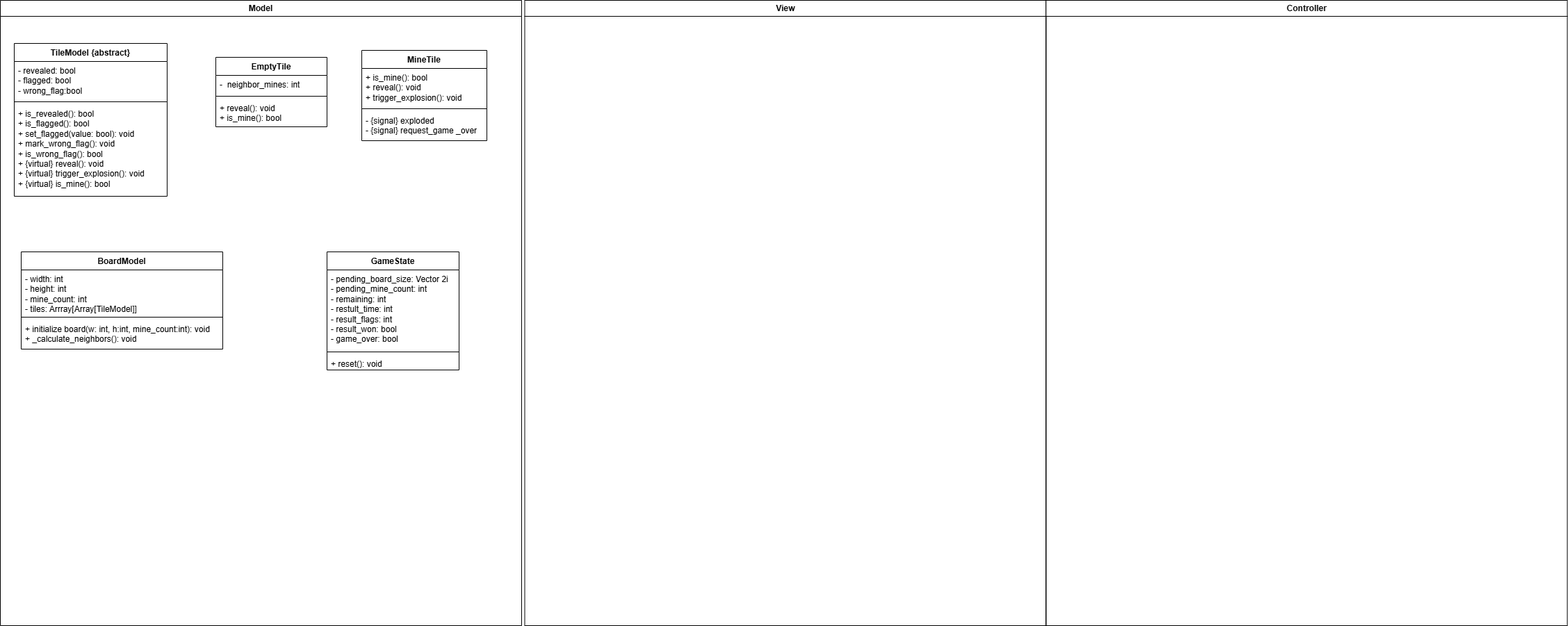
comandosquad/SaperMVC keeps this draw.io diagram as SaperMVC_uml.drawio.png. Above is the earlier version. Source tidied: cells renumbered, new cells last; positions are measured from the earlier drawing's top-left corner, leaving out a move shared by most shapes.
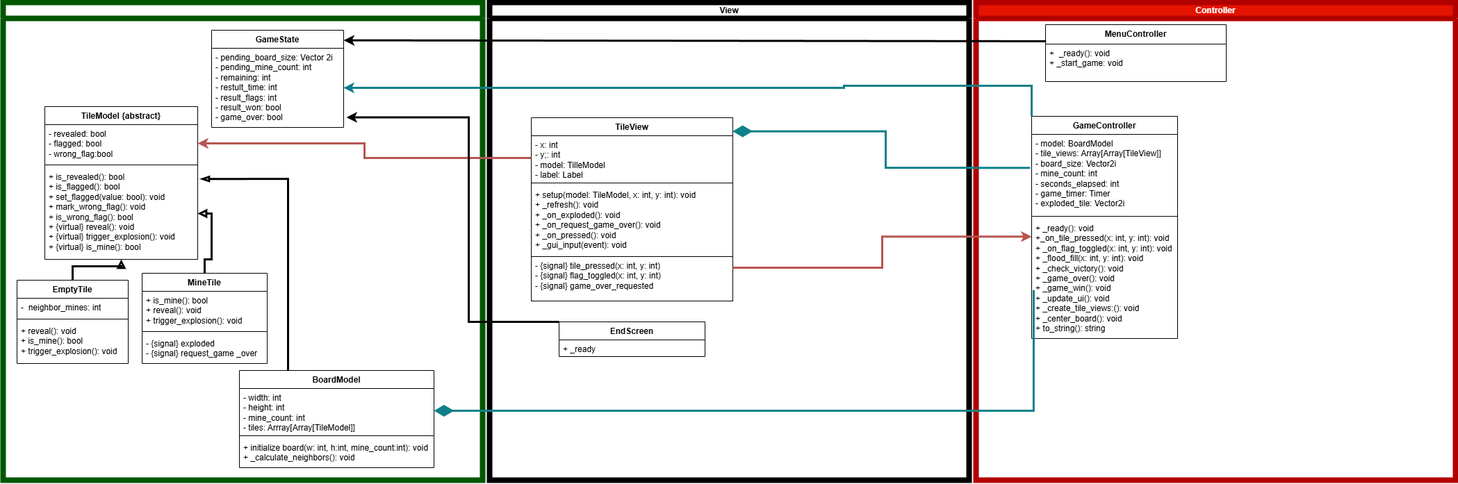
The same file after the commit.

The edit, as a diff of the source:
```diff
@@ -2,11 +2,11 @@
   <root>
     <mxCell id="0" />
     <mxCell id="1" parent="0" />
-    <mxCell id="2" value="Model" style="swimlane;whiteSpace=wrap;" parent="1" vertex="1">
-      <mxGeometry width="750" height="900" as="geometry" />
+    <mxCell id="2" value="Model" style="swimlane;whiteSpace=wrap;fillColor=light-dark(#FFFFFF,#00CC00);fontColor=#ffffff;strokeColor=light-dark(#005700,#00CC00);strokeWidth=8;startSize=23;" parent="1" vertex="1">
+      <mxGeometry x="50" y="212" width="690" height="688" as="geometry" />
     </mxCell>
     <mxCell id="3" value="TileModel {abstract}" style="swimlane;fontStyle=1;align=center;verticalAlign=top;horizontal=1;startSize=26;whiteSpace=wrap;html=1;" parent="2" vertex="1">
-      <mxGeometry x="20" y="62" width="220" height="220" as="geometry" />
+      <mxGeometry x="60" y="150" width="220" height="220" as="geometry" />
     </mxCell>
     <mxCell id="4" value="- revealed: bool&lt;div&gt;- flagged: bool&lt;/div&gt;&lt;div&gt;- wrong_flag:bool&lt;/div&gt;" style="text;strokeColor=none;fillColor=none;align=left;verticalAlign=top;spacingLeft=4;spacingRight=4;overflow=hidden;points=[[0,0.5],[1,0.5]];portConstraint=eastwest;whiteSpace=wrap;html=1;" parent="3" vertex="1">
       <mxGeometry y="26" width="220" height="54" as="geometry" />
@@ -18,7 +18,7 @@
       <mxGeometry y="88" width="220" height="132" as="geometry" />
     </mxCell>
     <mxCell id="7" value="EmptyTile" style="swimlane;fontStyle=1;align=center;verticalAlign=top;horizontal=1;startSize=26;whiteSpace=wrap;html=1;" parent="2" vertex="1">
-      <mxGeometry x="310" y="82" width="160" height="100" as="geometry" />
+      <mxGeometry x="20" y="400" width="160" height="120" as="geometry" />
     </mxCell>
     <mxCell id="8" value="-&amp;nbsp; neighbor_mines: int" style="text;strokeColor=none;fillColor=none;align=left;verticalAlign=top;spacingLeft=4;spacingRight=4;overflow=hidden;whiteSpace=wrap;html=1;" parent="7" vertex="1">
       <mxGeometry y="26" width="160" height="26" as="geometry" />
@@ -26,11 +26,14 @@
     <mxCell id="9" style="line;strokeWidth=1;fillColor=none;align=left;verticalAlign=middle;spacingTop=-1;spacingLeft=3;spacingRight=3;labelPosition=right;strokeColor=inherit;" parent="7" vertex="1">
       <mxGeometry y="52" width="160" height="8" as="geometry" />
     </mxCell>
-    <mxCell id="10" value="+ reveal(): void&lt;br&gt;+ is_mine(): bool&lt;div&gt;&lt;br&gt;&lt;/div&gt;" style="text;strokeColor=none;fillColor=none;align=left;verticalAlign=top;spacingLeft=4;spacingRight=4;overflow=hidden;whiteSpace=wrap;html=1;" parent="7" vertex="1">
-      <mxGeometry y="60" width="160" height="40" as="geometry" />
+    <mxCell id="10" value="+ reveal(): void&lt;br&gt;+ is_mine(): bool&lt;div&gt;+ trigger_explosion(): void&lt;br&gt;&lt;div&gt;&lt;br&gt;&lt;/div&gt;&lt;/div&gt;" style="text;strokeColor=none;fillColor=none;align=left;verticalAlign=top;spacingLeft=4;spacingRight=4;overflow=hidden;whiteSpace=wrap;html=1;" parent="7" vertex="1">
+      <mxGeometry y="60" width="160" height="60" as="geometry" />
     </mxCell>
+    <mxCell id="25" style="edgeStyle=orthogonalEdgeStyle;rounded=0;jettySize=auto;html=1;exitX=0.5;exitY=0;exitDx=0;exitDy=0;entryX=1;entryY=0.5;entryDx=0;entryDy=0;endArrow=block;endFill=0;strokeWidth=3;strokeColor=light-dark(#000000,#00CC00);" parent="2" edge="1" source="11" target="6">
+      <mxGeometry relative="1" as="geometry" />
+    </mxCell>
     <mxCell id="11" value="MineTile" style="swimlane;fontStyle=1;align=center;verticalAlign=top;horizontal=1;startSize=26;whiteSpace=wrap;html=1;" parent="2" vertex="1">
-      <mxGeometry x="520" y="72" width="180" height="130" as="geometry" />
+      <mxGeometry x="200" y="390" width="180" height="130" as="geometry" />
     </mxCell>
     <mxCell id="12" value="+ is_mine(): bool&lt;div&gt;+ reveal(): void&lt;/div&gt;&lt;div&gt;+ trigger_explosion(): void&lt;/div&gt;" style="text;strokeColor=none;fillColor=none;align=left;verticalAlign=top;spacingLeft=4;spacingRight=4;overflow=hidden;whiteSpace=wrap;html=1;" parent="11" vertex="1">
       <mxGeometry y="26" width="180" height="54" as="geometry" />
@@ -41,35 +44,115 @@
     <mxCell id="14" value="- {signal} exploded&lt;div&gt;- {signal} request_game _over&lt;/div&gt;" style="text;strokeColor=none;fillColor=none;align=left;verticalAlign=top;spacingLeft=4;spacingRight=4;overflow=hidden;whiteSpace=wrap;html=1;" parent="11" vertex="1">
       <mxGeometry y="88" width="180" height="42" as="geometry" />
     </mxCell>
+    <mxCell id="26" style="edgeStyle=orthogonalEdgeStyle;rounded=0;jettySize=auto;html=1;exitX=0.25;exitY=0;exitDx=0;exitDy=0;entryX=1.018;entryY=0.123;entryDx=0;entryDy=0;entryPerimeter=0;strokeWidth=3;endArrow=blockThin;endFill=0;strokeColor=light-dark(#000000,#33FF33);" parent="2" edge="1" source="15" target="6">
+      <mxGeometry relative="1" as="geometry" />
+    </mxCell>
     <mxCell id="15" value="BoardModel" style="swimlane;fontStyle=1;align=center;verticalAlign=top;horizontal=1;startSize=26;whiteSpace=wrap;html=1;" parent="2" vertex="1">
-      <mxGeometry x="30" y="362" width="290" height="140" as="geometry" />
+      <mxGeometry x="340" y="530" width="280" height="140" as="geometry" />
     </mxCell>
     <mxCell id="16" value="- width: int&lt;br&gt;- height: int&lt;br&gt;- mine_count: int&lt;br&gt;- tiles: Arrray[Array[TileModel]]" style="text;strokeColor=none;fillColor=none;align=left;verticalAlign=top;spacingLeft=4;spacingRight=4;overflow=hidden;points=[[0,0.5],[1,0.5]];portConstraint=eastwest;whiteSpace=wrap;html=1;" parent="15" vertex="1">
-      <mxGeometry y="26" width="290" height="64" as="geometry" />
+      <mxGeometry y="26" width="280" height="64" as="geometry" />
     </mxCell>
     <mxCell id="17" style="line;strokeWidth=1;fillColor=none;align=left;verticalAlign=middle;spacingTop=-1;spacingLeft=3;spacingRight=3;labelPosition=right;strokeColor=inherit;" parent="15" vertex="1">
-      <mxGeometry y="90" width="290" height="8" as="geometry" />
+      <mxGeometry y="90" width="280" height="8" as="geometry" />
     </mxCell>
     <mxCell id="18" value="+ initialize board(w: int, h:int, mine_count:int): void&lt;div&gt;+ _calculate_neighbors(): void&lt;/div&gt;" style="text;strokeColor=none;fillColor=none;align=left;verticalAlign=top;spacingLeft=4;spacingRight=4;overflow=hidden;whiteSpace=wrap;html=1;" parent="15" vertex="1">
-      <mxGeometry y="98" width="290" height="42" as="geometry" />
+      <mxGeometry y="98" width="280" height="42" as="geometry" />
     </mxCell>
     <mxCell id="19" value="GameState" style="swimlane;fontStyle=1;align=center;verticalAlign=top;horizontal=1;startSize=26;whiteSpace=wrap;html=1;" parent="2" vertex="1">
-      <mxGeometry x="470" y="362" width="190" height="170" as="geometry" />
+      <mxGeometry x="300" y="40" width="190" height="140" as="geometry" />
     </mxCell>
     <mxCell id="20" value="- pending_board_size: Vector 2i&lt;br&gt;- pending_mine_count: int&lt;br&gt;&lt;div&gt;- remaining: int&lt;/div&gt;&lt;div&gt;- restult_time: int&lt;/div&gt;&lt;div&gt;- result_flags: int&lt;/div&gt;&lt;div&gt;- result_won: bool&lt;br&gt;- game_over: bool&lt;/div&gt;" style="text;strokeColor=none;fillColor=none;align=left;verticalAlign=top;spacingLeft=4;spacingRight=4;overflow=hidden;points=[[0,0.5],[1,0.5]];portConstraint=eastwest;whiteSpace=wrap;html=1;" parent="19" vertex="1">
       <mxGeometry y="26" width="190" height="114" as="geometry" />
     </mxCell>
-    <mxCell id="21" style="line;strokeWidth=1;fillColor=none;align=left;verticalAlign=middle;spacingTop=-1;spacingLeft=3;spacingRight=3;labelPosition=right;strokeColor=inherit;" parent="19" vertex="1">
-      <mxGeometry y="140" width="190" height="8" as="geometry" />
-    </mxCell>
-    <mxCell id="22" value="+ reset(): void" style="text;strokeColor=none;fillColor=none;align=left;verticalAlign=top;spacingLeft=4;spacingRight=4;overflow=hidden;whiteSpace=wrap;html=1;" parent="19" vertex="1">
-      <mxGeometry y="148" width="190" height="22" as="geometry" />
-    </mxCell>
+    <mxCell id="27" style="edgeStyle=orthogonalEdgeStyle;rounded=0;jettySize=auto;html=1;exitX=0.5;exitY=0;exitDx=0;exitDy=0;entryX=0.5;entryY=1;entryDx=0;entryDy=0;entryPerimeter=0;endArrow=block;endFill=0;strokeWidth=3;strokeColor=light-dark(#000000,#66FF66);" parent="2" edge="1" source="7" target="6">
+      <mxGeometry relative="1" as="geometry" />
+    </mxCell>
-    <mxCell id="23" value="View" style="swimlane;whiteSpace=wrap;" parent="1" vertex="1">
-      <mxGeometry x="754.5" width="750" height="900" as="geometry" />
+    <mxCell id="23" value="View" style="swimlane;whiteSpace=wrap;fillColor=light-dark(#FFFFFF,#990000);strokeColor=light-dark(#000000,#990000);strokeWidth=8;" parent="1" vertex="1">
+      <mxGeometry x="750" y="212" width="690" height="688" as="geometry" />
     </mxCell>
+    <mxCell id="28" value="TileView" style="swimlane;fontStyle=1;align=center;verticalAlign=top;horizontal=1;startSize=26;whiteSpace=wrap;html=1;" parent="23" vertex="1">
+      <mxGeometry x="60" y="166" width="290" height="200" as="geometry" />
+    </mxCell>
+    <mxCell id="29" value="- x: int&lt;div&gt;- y;: int&lt;br&gt;- model: TilleModel&lt;/div&gt;&lt;div&gt;- label: Label&lt;/div&gt;" style="text;strokeColor=none;fillColor=none;align=left;verticalAlign=top;spacingLeft=4;spacingRight=4;overflow=hidden;points=[[0,0.5],[1,0.5]];portConstraint=eastwest;whiteSpace=wrap;html=1;" parent="28" vertex="1">
+      <mxGeometry y="26" width="290" height="64" as="geometry" />
+    </mxCell>
+    <mxCell id="30" style="line;strokeWidth=1;fillColor=none;align=left;verticalAlign=middle;spacingTop=-1;spacingLeft=3;spacingRight=3;labelPosition=right;strokeColor=inherit;" parent="28" vertex="1">
+      <mxGeometry y="90" width="290" height="8" as="geometry" />
+    </mxCell>
+    <mxCell id="31" value="+ setup(model: TileModel, x: int, y: int): void&lt;div&gt;+ _refresh(): void&lt;/div&gt;&lt;div&gt;+ _on_exploded(): void&lt;/div&gt;&lt;div&gt;+ _on_request_game_over(): void&lt;/div&gt;&lt;div&gt;+ _on_pressed(): void&lt;/div&gt;&lt;div&gt;+ _gui_input(event): void&lt;/div&gt;" style="text;strokeColor=none;fillColor=none;align=left;verticalAlign=top;spacingLeft=4;spacingRight=4;overflow=hidden;whiteSpace=wrap;html=1;" parent="28" vertex="1">
+      <mxGeometry y="98" width="290" height="102" as="geometry" />
+    </mxCell>
+    <mxCell id="32" value="- {signal} tile_pressed(x: int, y: int)&lt;div&gt;- {signal} flag_toggled(x: int, y: int)&lt;/div&gt;&lt;div&gt;- {signal} game_over_requested&lt;/div&gt;" style="rounded=0;arcSize=9;fillColor=none;align=left;spacingLeft=4;strokeColor=default;html=1;strokeWidth=1;fontColor=default;fontSize=12;verticalAlign=top;spacingRight=4;fontFamily=Helvetica;gradientColor=none;" parent="23" vertex="1">
+      <mxGeometry x="60" y="366" width="290" height="64" as="geometry" />
+    </mxCell>
+    <mxCell id="33" value="EndScreen" style="swimlane;fontStyle=1;align=center;verticalAlign=top;horizontal=1;startSize=26;whiteSpace=wrap;html=1;" parent="23" vertex="1">
+      <mxGeometry x="100" y="460" width="210" height="50" as="geometry" />
+    </mxCell>
+    <mxCell id="34" value="+ _ready" style="text;strokeColor=none;fillColor=none;align=left;verticalAlign=top;spacingLeft=4;spacingRight=4;overflow=hidden;whiteSpace=wrap;html=1;" parent="33" vertex="1">
+      <mxGeometry y="26" width="210" height="24" as="geometry" />
+    </mxCell>
-    <mxCell id="24" value="Controller" style="swimlane;whiteSpace=wrap;" parent="1" vertex="1">
-      <mxGeometry x="1504.5" width="750" height="900" as="geometry" />
+    <mxCell id="24" value="Controller" style="swimlane;whiteSpace=wrap;fillColor=light-dark(#E51400,#0000CC);fontColor=#ffffff;strokeColor=light-dark(#B20000,#0000CC);strokeWidth=8;" parent="1" vertex="1">
+      <mxGeometry x="1450" y="212" width="690" height="688" as="geometry" />
     </mxCell>
+    <mxCell id="35" value="GameController" style="swimlane;fontStyle=1;align=center;verticalAlign=top;horizontal=1;startSize=26;whiteSpace=wrap;html=1;" parent="24" vertex="1">
+      <mxGeometry x="80" y="164" width="210" height="320" as="geometry" />
+    </mxCell>
+    <mxCell id="36" value="- model: BoardModel&lt;div&gt;- tile_views: Array[Array[TileView]]&lt;/div&gt;&lt;div&gt;- board_size: Vector2i&lt;/div&gt;&lt;div&gt;- mine_count: int&lt;/div&gt;&lt;div&gt;- seconds_elapsed: int&lt;/div&gt;&lt;div&gt;- game_timer: Timer&lt;br&gt;- exploded_tile: Vector2i&lt;/div&gt;" style="text;strokeColor=none;fillColor=none;align=left;verticalAlign=top;spacingLeft=4;spacingRight=4;overflow=hidden;points=[[0,0.5],[1,0.5]];portConstraint=eastwest;whiteSpace=wrap;html=1;" parent="35" vertex="1">
+      <mxGeometry y="26" width="210" height="114" as="geometry" />
+    </mxCell>
+    <mxCell id="37" style="line;strokeWidth=1;fillColor=none;align=left;verticalAlign=middle;spacingTop=-1;spacingLeft=3;spacingRight=3;labelPosition=right;strokeColor=inherit;" parent="35" vertex="1">
+      <mxGeometry y="140" width="210" height="8" as="geometry" />
+    </mxCell>
+    <mxCell id="38" value="+ _ready(): void&lt;div&gt;+_on_tile_pressed(x: int, y: int): void&lt;/div&gt;&lt;div&gt;+ _on_flag_toggled(x: int, y: int): void&lt;br&gt;+ _flood_fill(x: int, y: int): void&lt;br&gt;+ _check_victory(): void&lt;br&gt;+ _game_over(): void&lt;/div&gt;&lt;div&gt;+ _game_win(): void&lt;br&gt;+ _update_ui(): void&lt;/div&gt;&lt;div&gt;+ _create_tile_views:(): void&lt;/div&gt;&lt;div&gt;+ _center_board(): void&lt;/div&gt;&lt;div&gt;+ to_string(): string&lt;/div&gt;" style="text;strokeColor=none;fillColor=none;align=left;verticalAlign=top;spacingLeft=4;spacingRight=4;overflow=hidden;points=[[0,0.5],[1,0.5]];portConstraint=eastwest;whiteSpace=wrap;html=1;" parent="35" vertex="1">
+      <mxGeometry y="148" width="210" height="172" as="geometry" />
+    </mxCell>
+    <mxCell id="39" value="MenuController" style="swimlane;fontStyle=1;align=center;verticalAlign=top;horizontal=1;startSize=28;whiteSpace=wrap;html=1;" parent="24" vertex="1">
+      <mxGeometry x="100" y="32" width="260" height="82" as="geometry" />
+    </mxCell>
+    <mxCell id="40" value="+&amp;nbsp; _ready(): void&lt;div&gt;+ _start_game: void&lt;br&gt;&lt;/div&gt;" style="text;strokeColor=none;fillColor=none;align=left;verticalAlign=top;spacingLeft=4;spacingRight=4;overflow=hidden;points=[[0,0.5],[1,0.5]];portConstraint=eastwest;whiteSpace=wrap;html=1;" parent="39" vertex="1">
+      <mxGeometry y="28" width="260" height="54" as="geometry" />
+    </mxCell>
+    <mxCell id="41" style="edgeStyle=orthogonalEdgeStyle;rounded=0;jettySize=auto;html=1;entryX=0.999;entryY=0.098;entryDx=0;entryDy=0;entryPerimeter=0;endArrow=diamondThin;endFill=1;strokeWidth=3;exitX=-0.01;exitY=0.423;exitDx=0;exitDy=0;exitPerimeter=0;endSize=20;fillColor=#b0e3e6;strokeColor=#0e8088;" parent="1" edge="1" source="36" target="28">
+      <mxGeometry relative="1" as="geometry" />
+    </mxCell>
+    <mxCell id="42" style="edgeStyle=orthogonalEdgeStyle;rounded=0;jettySize=auto;html=1;exitX=0.014;exitY=0.594;exitDx=0;exitDy=0;exitPerimeter=0;strokeWidth=3;endArrow=diamondThin;endFill=1;endSize=20;fillColor=#b0e3e6;strokeColor=#0e8088;" parent="1" edge="1" source="38" target="16">
+      <mxGeometry relative="1" as="geometry">
+        <Array as="points">
+          <mxPoint x="1533" y="800" />
+        </Array>
+      </mxGeometry>
+    </mxCell>
+    <mxCell id="43" style="edgeStyle=orthogonalEdgeStyle;rounded=0;jettySize=auto;html=1;exitX=0;exitY=0.5;exitDx=0;exitDy=0;entryX=1;entryY=0.5;entryDx=0;entryDy=0;strokeWidth=3;fillColor=#f8cecc;gradientColor=#ea6b66;strokeColor=#b85450;" parent="1" edge="1" source="29" target="4">
+      <mxGeometry relative="1" as="geometry" />
+    </mxCell>
+    <mxCell id="44" style="edgeStyle=orthogonalEdgeStyle;rounded=0;jettySize=auto;html=1;exitX=1;exitY=0.25;exitDx=0;exitDy=0;entryX=0;entryY=0.147;entryDx=0;entryDy=0;entryPerimeter=0;strokeWidth=3;fillColor=#f8cecc;gradientColor=#ea6b66;strokeColor=#b85450;" parent="1" edge="1" source="32" target="38">
+      <mxGeometry relative="1" as="geometry" />
+    </mxCell>
+    <mxCell id="45" style="edgeStyle=orthogonalEdgeStyle;rounded=0;jettySize=auto;html=1;entryX=1.001;entryY=0.104;entryDx=0;entryDy=0;entryPerimeter=0;strokeWidth=3;strokeColor=light-dark(#000000,#0000FF);exitX=0.003;exitY=-0.077;exitDx=0;exitDy=0;exitPerimeter=0;" parent="1" edge="1" source="40" target="19">
+      <mxGeometry relative="1" as="geometry">
+        <Array as="points">
+          <mxPoint x="1520" y="268" />
+          <mxPoint x="1035" y="267" />
+        </Array>
+      </mxGeometry>
+    </mxCell>
+    <mxCell id="46" style="edgeStyle=orthogonalEdgeStyle;rounded=0;jettySize=auto;html=1;exitX=0;exitY=0;exitDx=0;exitDy=0;entryX=1;entryY=0.5;entryDx=0;entryDy=0;strokeWidth=3;fillColor=#b0e3e6;strokeColor=#0e8088;" parent="1" edge="1" source="35" target="20">
+      <mxGeometry relative="1" as="geometry">
+        <Array as="points">
+          <mxPoint x="1530" y="332" />
+          <mxPoint x="1260" y="332" />
+          <mxPoint x="1260" y="335" />
+        </Array>
+      </mxGeometry>
+    </mxCell>
+    <mxCell id="47" style="edgeStyle=orthogonalEdgeStyle;rounded=0;jettySize=auto;html=1;exitX=0;exitY=0;exitDx=0;exitDy=0;entryX=1.021;entryY=0.872;entryDx=0;entryDy=0;entryPerimeter=0;strokeWidth=3;strokeColor=light-dark(#000000,#FF0000);" parent="1" edge="1" source="33" target="20">
+      <mxGeometry relative="1" as="geometry">
+        <Array as="points">
+          <mxPoint x="720" y="672" />
+          <mxPoint x="720" y="377" />
+        </Array>
+      </mxGeometry>
+    </mxCell>
   </root>
 </mxGraphModel>
```
